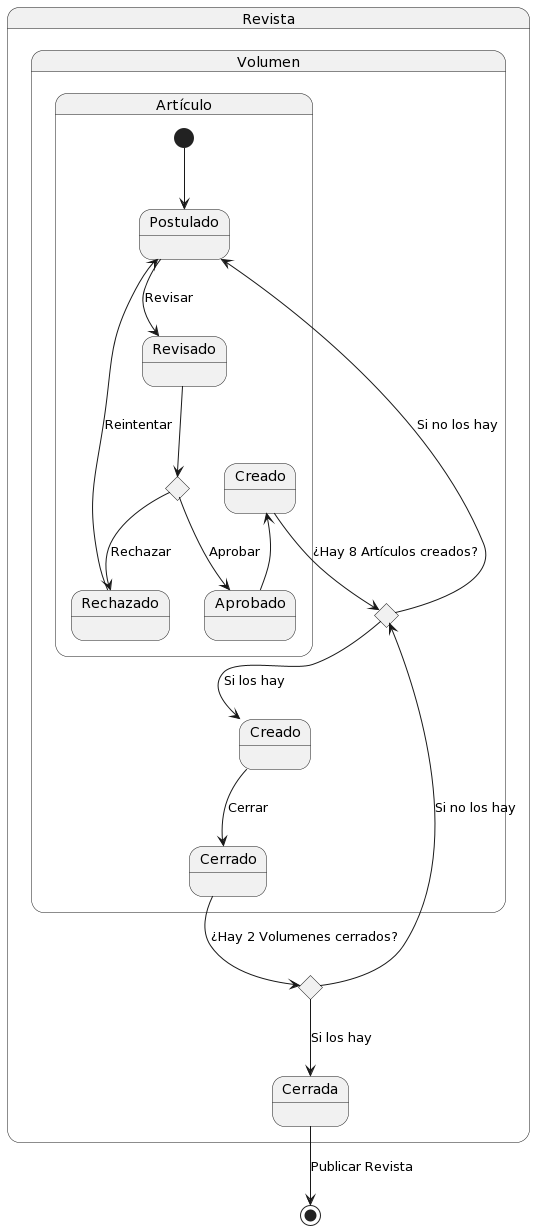
Before: 000-entregas/Grupo4/diagramaDeEstados/diagramaDeEstados.png, a diagram exported from PlantUML (mmasias/IdSw1-22-23). The source it was exported from:
```plantuml
@startuml
State Revista{
    State Selector3 <<choice>>
    State RevistaCerrada as "Cerrada"

    State Volumen {
        State VolumenCreado as "Creado"
        State VolumenCerrado as "Cerrado"
        State Selector1 <<choice>>


        State Artículo {

            State ArticuloCreado as "Creado"
            State ArticuloRevisado as "Revisado"
            State ArticuloPostulado as "Postulado"
            State ArticuloAprobado as "Aprobado"
            State ArticuloRechazado as "Rechazado"
            State Selector2 <<choice>>

            [*] -d-> ArticuloPostulado

            ArticuloPostulado -d-> ArticuloRevisado : Revisar

            ArticuloRevisado -d-> Selector2
            Selector2 -d-> ArticuloAprobado : Aprobar
            Selector2 -d-> ArticuloRechazado : Rechazar


            ArticuloAprobado -u-> ArticuloCreado

            ArticuloRechazado -u-> ArticuloPostulado : Reintentar

            ArticuloCreado -d-> Selector1 : ¿Hay 8 Artículos creados?

        }

        Selector1 -d-> VolumenCreado : Si los hay
        Selector1 -d-> ArticuloPostulado : Si no los hay

        VolumenCreado --> VolumenCerrado : Cerrar
        VolumenCerrado --> Selector3: ¿Hay 2 Volumenes cerrados?

    }


        Selector3 -d-> RevistaCerrada : Si los hay
        Selector3 -d-> Selector1 : Si no los hay
}

    RevistaCerrada --> [*] : Publicar Revista
@enduml
```
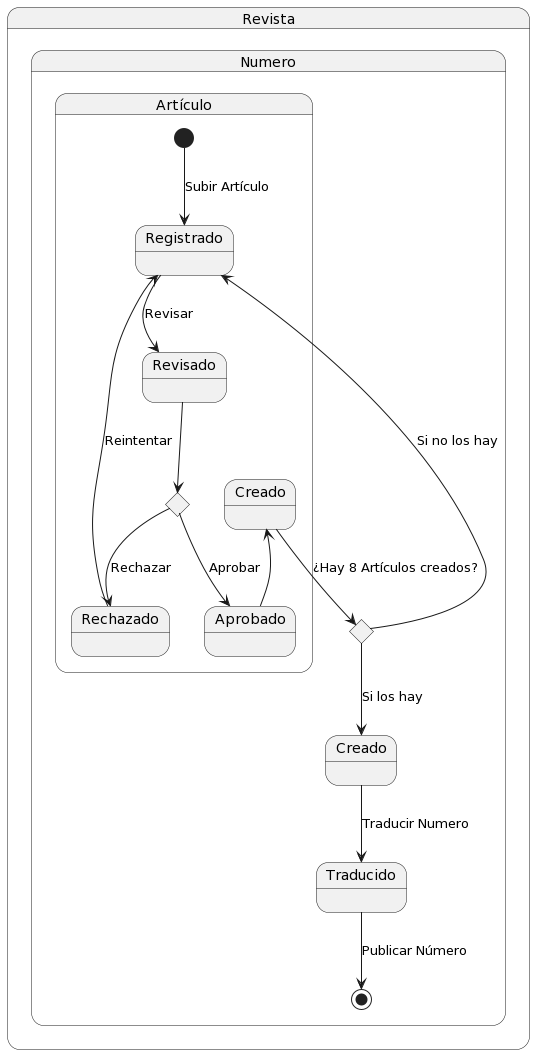
The same file after the commit.

The edit, as a diff of the source:
```diff
@@ -1,11 +1,8 @@
 @startuml
 State Revista{
-    State Selector3 <<choice>>
-    State RevistaCerrada as "Cerrada"
 
-    State Volumen {
-        State VolumenCreado as "Creado"
-        State VolumenCerrado as "Cerrado"
+    State Numero {
+        State NumeroCreado as "Creado"
         State Selector1 <<choice>>
 
 
@@ -13,14 +10,14 @@
 
             State ArticuloCreado as "Creado"
             State ArticuloRevisado as "Revisado"
-            State ArticuloPostulado as "Postulado"
+            State ArticuloRegistrado as "Registrado"
             State ArticuloAprobado as "Aprobado"
             State ArticuloRechazado as "Rechazado"
             State Selector2 <<choice>>
 
-            [*] -d-> ArticuloPostulado
+            [*] -d-> ArticuloRegistrado : Subir Artículo
 
-            ArticuloPostulado -d-> ArticuloRevisado : Revisar
+            ArticuloRegistrado -d-> ArticuloRevisado : Revisar
 
             ArticuloRevisado -d-> Selector2
             Selector2 -d-> ArticuloAprobado : Aprobar
@@ -29,24 +26,17 @@
 
             ArticuloAprobado -u-> ArticuloCreado
 
-            ArticuloRechazado -u-> ArticuloPostulado : Reintentar
+            ArticuloRechazado -u-> ArticuloRegistrado : Reintentar
 
             ArticuloCreado -d-> Selector1 : ¿Hay 8 Artículos creados?
 
         }
 
-        Selector1 -d-> VolumenCreado : Si los hay
-        Selector1 -d-> ArticuloPostulado : Si no los hay
+        Selector1 --> NumeroCreado : Si los hay
+        Selector1 --> ArticuloRegistrado : Si no los hay
 
-        VolumenCreado --> VolumenCerrado : Cerrar
-        VolumenCerrado --> Selector3: ¿Hay 2 Volumenes cerrados?
+        NumeroCreado --> Traducido : Traducir Numero
+        Traducido --> [*] : Publicar Número
 
     }
-
-
-        Selector3 -d-> RevistaCerrada : Si los hay
-        Selector3 -d-> Selector1 : Si no los hay
-}
-
-    RevistaCerrada --> [*] : Publicar Revista
 @enduml
```
